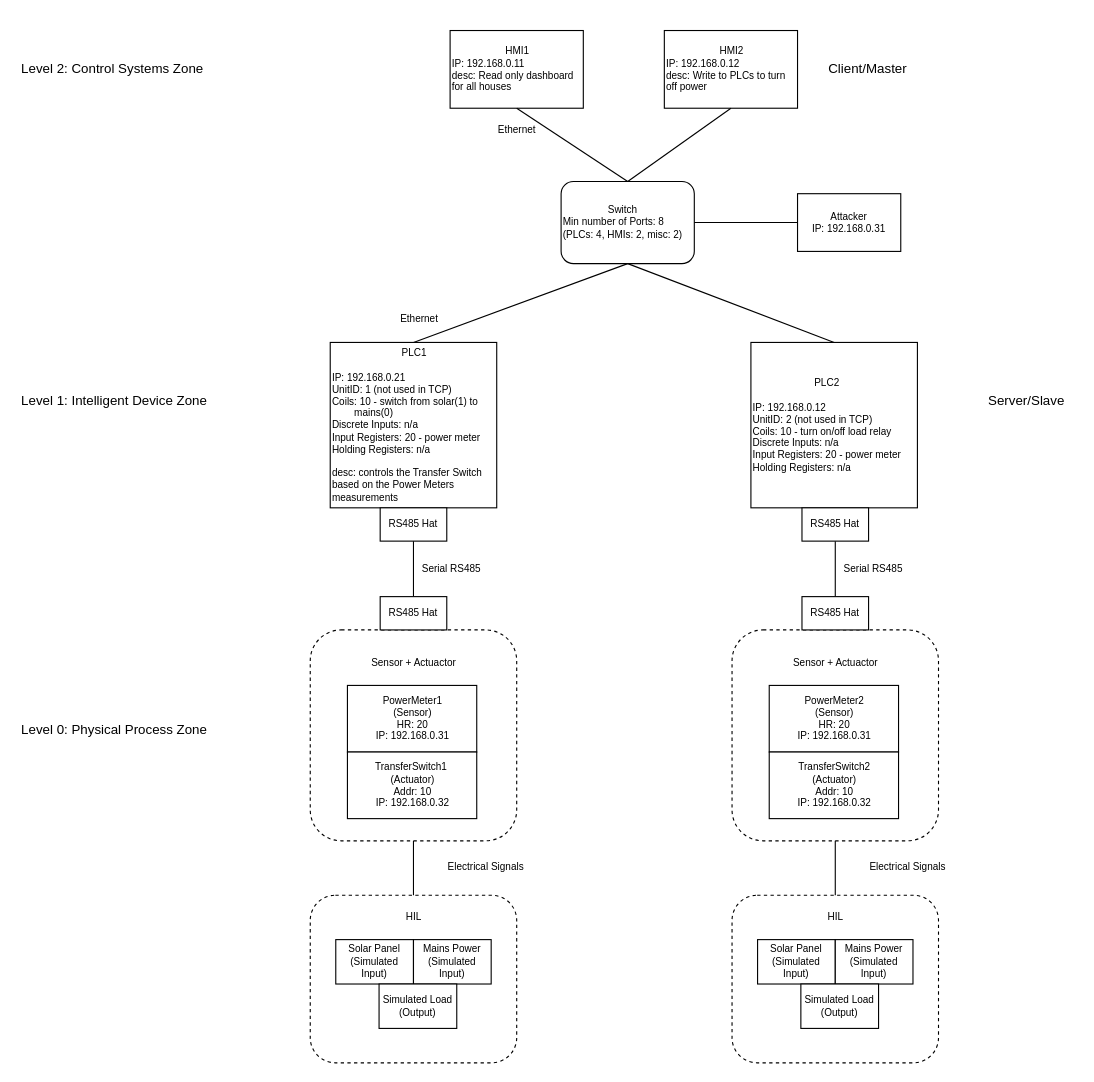
Before: diagrams/ICS Detailed Diagram.drawio in JaxsonBrownie/ICS_Simulation, a draw.io diagram. Source tidied: cells renumbered, new cells numbered last; positions are measured from the earlier drawing's top-left corner, leaving out a move shared by most shapes. Both pictures are drawn from the tidied source at 111%, with x=0, y=0 at pixel (19, 30).
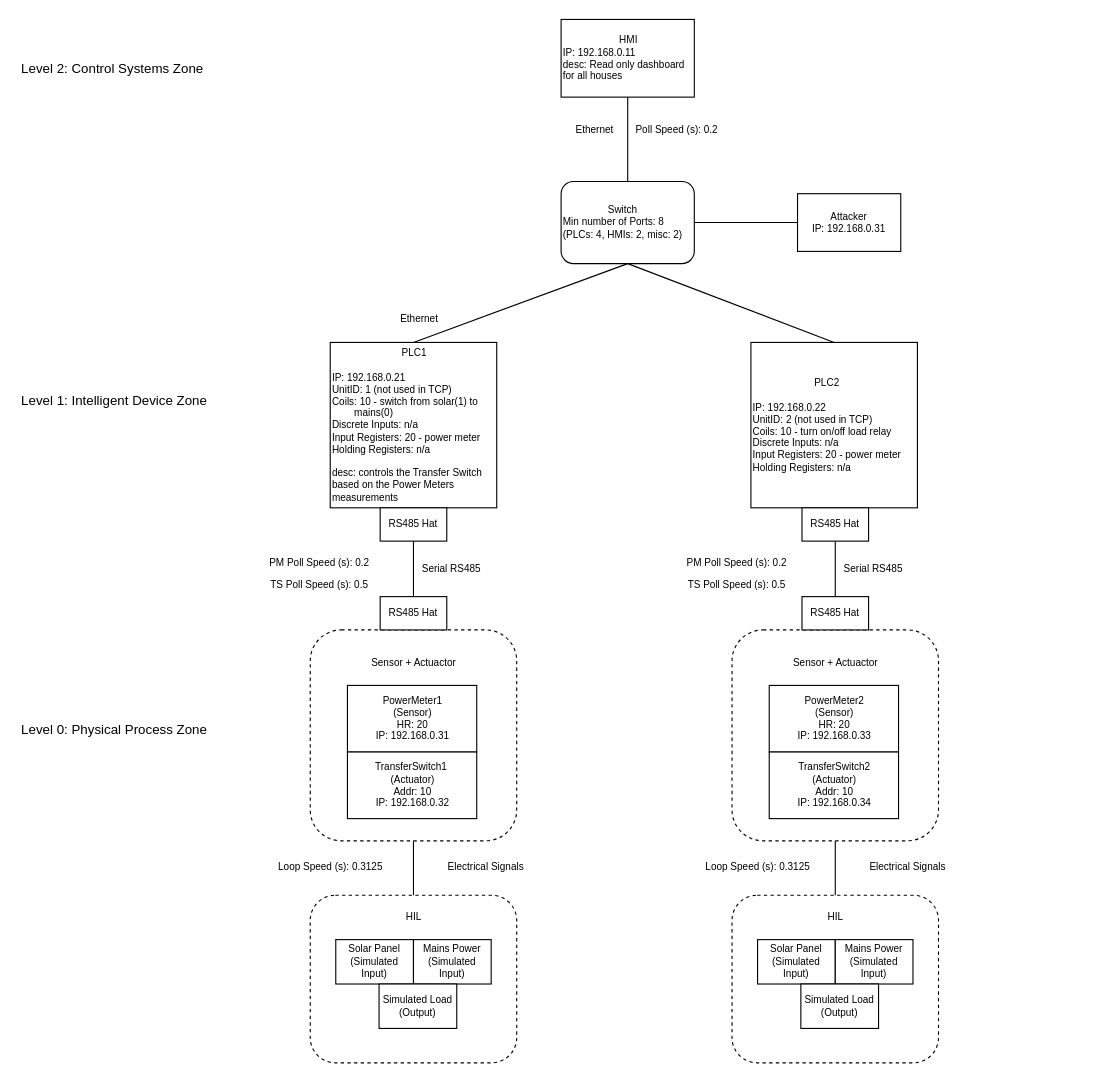
After the change.

The change refers to these unchanged cells:
```xml
<mxCell id="6" value="&lt;div style=&quot;text-align: center;&quot;&gt;&lt;span style=&quot;background-color: initial;&quot;&gt;Switch&lt;/span&gt;&lt;/div&gt;&lt;div&gt;Min number of Ports: 8&lt;/div&gt;&lt;div&gt;(PLCs: 4, HMIs: 2, misc: 2)&lt;/div&gt;" style="rounded=1;whiteSpace=wrap;html=1;fontSize=9;align=left;" parent="1" vertex="1">
  <mxGeometry x="488" y="136" width="120" height="74" as="geometry" />
</mxCell>
```

Change to the diagram source:
```diff
@@
-    <mxCell id="4" value="&lt;div style=&quot;text-align: center;&quot;&gt;&lt;span style=&quot;background-color: initial;&quot;&gt;HMI1&lt;/span&gt;&lt;/div&gt;&lt;div style=&quot;font-size: 9px;&quot;&gt;IP: 192.168.0.11&lt;/div&gt;&lt;div style=&quot;font-size: 9px;&quot;&gt;desc: Read only dashboard for all houses&lt;/div&gt;" style="rounded=0;whiteSpace=wrap;html=1;fontSize=9;align=left;" parent="1" vertex="1">
-      <mxGeometry x="388" width="120" height="70" as="geometry" />
+    <mxCell id="4" value="&lt;div style=&quot;text-align: center;&quot;&gt;&lt;span style=&quot;background-color: initial;&quot;&gt;HMI&lt;/span&gt;&lt;/div&gt;&lt;div style=&quot;font-size: 9px;&quot;&gt;IP: 192.168.0.11&lt;/div&gt;&lt;div style=&quot;font-size: 9px;&quot;&gt;desc: Read only dashboard for all houses&lt;/div&gt;" style="rounded=0;whiteSpace=wrap;html=1;fontSize=9;align=left;" parent="1" vertex="1">
+      <mxGeometry x="488" y="-10" width="120" height="70" as="geometry" />
     </mxCell>
-    <mxCell id="5" value="&lt;div style=&quot;text-align: center;&quot;&gt;&lt;span style=&quot;background-color: initial;&quot;&gt;HMI2&lt;/span&gt;&lt;/div&gt;&lt;div style=&quot;font-size: 9px;&quot;&gt;IP: 192.168.0.12&lt;/div&gt;&lt;div style=&quot;font-size: 9px;&quot;&gt;desc: Write to PLCs to turn off power&lt;/div&gt;" style="rounded=0;whiteSpace=wrap;html=1;fontSize=9;align=left;" parent="1" vertex="1">
-      <mxGeometry x="581" width="120" height="70" as="geometry" />
-    </mxCell>
@@
-    <mxCell id="11" style="endArrow=none;html=1;rounded=0;entryX=0.5;entryY=1;entryDx=0;entryDy=0;exitX=0.5;exitY=0;exitDx=0;exitDy=0;" parent="1" edge="1" source="6" target="5">
-      <mxGeometry relative="1" as="geometry" />
-    </mxCell>
-    <mxCell id="12" value="&lt;div style=&quot;text-align: center;&quot;&gt;&lt;span style=&quot;background-color: initial;&quot;&gt;PLC2&lt;/span&gt;&lt;/div&gt;&lt;div style=&quot;text-align: center;&quot;&gt;&lt;span style=&quot;background-color: initial;&quot;&gt;&lt;br&gt;&lt;/span&gt;&lt;/div&gt;&lt;div style=&quot;font-size: 9px;&quot;&gt;IP: 192.168.0.12&lt;/div&gt;&lt;div style=&quot;font-size: 9px;&quot;&gt;UnitID: 2 (not used in TCP)&lt;/div&gt;&lt;div style=&quot;font-size: 9px;&quot;&gt;Coils: 10 - turn on/off load relay&lt;/div&gt;&lt;div style=&quot;font-size: 9px;&quot;&gt;Discrete Inputs: n/a&lt;/div&gt;&lt;div style=&quot;font-size: 9px;&quot;&gt;Input Registers: 20 - power meter&lt;/div&gt;&lt;div style=&quot;font-size: 9px;&quot;&gt;Holding Registers: n/a&lt;/div&gt;" style="rounded=0;whiteSpace=wrap;html=1;fontSize=9;align=left;horizontal=1;" parent="1" vertex="1">
+    <mxCell id="12" value="&lt;div style=&quot;text-align: center;&quot;&gt;&lt;span style=&quot;background-color: initial;&quot;&gt;PLC2&lt;/span&gt;&lt;/div&gt;&lt;div style=&quot;text-align: center;&quot;&gt;&lt;span style=&quot;background-color: initial;&quot;&gt;&lt;br&gt;&lt;/span&gt;&lt;/div&gt;&lt;div style=&quot;font-size: 9px;&quot;&gt;IP: 192.168.0.22&lt;/div&gt;&lt;div style=&quot;font-size: 9px;&quot;&gt;UnitID: 2 (not used in TCP)&lt;/div&gt;&lt;div style=&quot;font-size: 9px;&quot;&gt;Coils: 10 - turn on/off load relay&lt;/div&gt;&lt;div style=&quot;font-size: 9px;&quot;&gt;Discrete Inputs: n/a&lt;/div&gt;&lt;div style=&quot;font-size: 9px;&quot;&gt;Input Registers: 20 - power meter&lt;/div&gt;&lt;div style=&quot;font-size: 9px;&quot;&gt;Holding Registers: n/a&lt;/div&gt;" style="rounded=0;whiteSpace=wrap;html=1;fontSize=9;align=left;horizontal=1;" parent="1" vertex="1">
       <mxGeometry x="659" y="281" width="150" height="149" as="geometry" />
     </mxCell>
@@
     <mxCell id="23" value="Ethernet" style="text;html=1;align=center;verticalAlign=middle;strokeColor=none;fillColor=none;fontSize=9;" parent="1" vertex="1">
-      <mxGeometry x="418" y="80" width="60" height="20" as="geometry" />
+      <mxGeometry x="488" y="80" width="60" height="20" as="geometry" />
     </mxCell>
@@
-    <mxCell id="28" value="Client/Master" style="text;html=1;align=center;verticalAlign=middle;strokeColor=none;fillColor=none;" parent="1" vertex="1">
-      <mxGeometry x="719" y="20" width="90" height="30" as="geometry" />
-    </mxCell>
-    <mxCell id="29" value="Server/Slave" style="text;html=1;align=center;verticalAlign=middle;strokeColor=none;fillColor=none;" parent="1" vertex="1">
-      <mxGeometry x="862" y="319" width="90" height="30" as="geometry" />
-    </mxCell>
@@
-    <mxCell id="40" value="PowerMeter2&lt;div&gt;(Sensor)&lt;/div&gt;&lt;div&gt;HR: 20&lt;/div&gt;&lt;div&gt;IP: 192.168.0.31&lt;/div&gt;" style="rounded=0;whiteSpace=wrap;html=1;fontSize=9;align=center;" parent="1" vertex="1">
+    <mxCell id="40" value="PowerMeter2&lt;div&gt;(Sensor)&lt;/div&gt;&lt;div&gt;HR: 20&lt;/div&gt;&lt;div&gt;IP: 192.168.0.33&lt;/div&gt;" style="rounded=0;whiteSpace=wrap;html=1;fontSize=9;align=center;" parent="1" vertex="1">
       <mxGeometry x="675.5" y="590" width="116.5" height="60" as="geometry" />
     </mxCell>
@@
-    <mxCell id="49" value="TransferSwitch2&lt;div&gt;(Actuator)&lt;div&gt;Addr: 10&lt;/div&gt;&lt;div&gt;IP: 192.168.0.32&lt;/div&gt;&lt;/div&gt;" style="rounded=0;whiteSpace=wrap;html=1;fontSize=9;" parent="1" vertex="1">
+    <mxCell id="49" value="TransferSwitch2&lt;div&gt;(Actuator)&lt;div&gt;Addr: 10&lt;/div&gt;&lt;div&gt;IP: 192.168.0.34&lt;/div&gt;&lt;/div&gt;" style="rounded=0;whiteSpace=wrap;html=1;fontSize=9;" parent="1" vertex="1">
       <mxGeometry x="675.5" y="650" width="116.5" height="60" as="geometry" />
     </mxCell>
+    <mxCell id="50" value="Poll Speed (s): 0.2" style="text;html=1;align=center;verticalAlign=middle;strokeColor=none;fillColor=none;fontSize=9;" parent="1" vertex="1">
+      <mxGeometry x="542" y="80" width="100" height="20" as="geometry" />
+    </mxCell>
+    <mxCell id="51" value="PM Poll Speed (s): 0.2" style="text;html=1;align=center;verticalAlign=middle;strokeColor=none;fillColor=none;fontSize=9;" parent="1" vertex="1">
+      <mxGeometry x="215" y="470" width="110" height="20" as="geometry" />
+    </mxCell>
+    <mxCell id="52" value="PM Poll Speed (s): 0.2" style="text;html=1;align=center;verticalAlign=middle;strokeColor=none;fillColor=none;fontSize=9;" parent="1" vertex="1">
+      <mxGeometry x="591" y="470" width="110" height="20" as="geometry" />
+    </mxCell>
+    <mxCell id="53" value="Loop Speed (s): 0.3125" style="text;html=1;align=center;verticalAlign=middle;strokeColor=none;fillColor=none;fontSize=9;" parent="1" vertex="1">
+      <mxGeometry x="220" y="744" width="120" height="20" as="geometry" />
+    </mxCell>
+    <mxCell id="54" value="Loop Speed (s): 0.3125" style="text;html=1;align=center;verticalAlign=middle;strokeColor=none;fillColor=none;fontSize=9;" parent="1" vertex="1">
+      <mxGeometry x="605" y="744" width="120" height="20" as="geometry" />
+    </mxCell>
+    <mxCell id="55" value="TS Poll Speed (s): 0.5" style="text;html=1;align=center;verticalAlign=middle;strokeColor=none;fillColor=none;fontSize=9;" parent="1" vertex="1">
+      <mxGeometry x="215" y="490" width="110" height="20" as="geometry" />
+    </mxCell>
+    <mxCell id="56" value="TS Poll Speed (s): 0.5" style="text;html=1;align=center;verticalAlign=middle;strokeColor=none;fillColor=none;fontSize=9;" parent="1" vertex="1">
+      <mxGeometry x="591" y="490" width="110" height="20" as="geometry" />
+    </mxCell>
```
